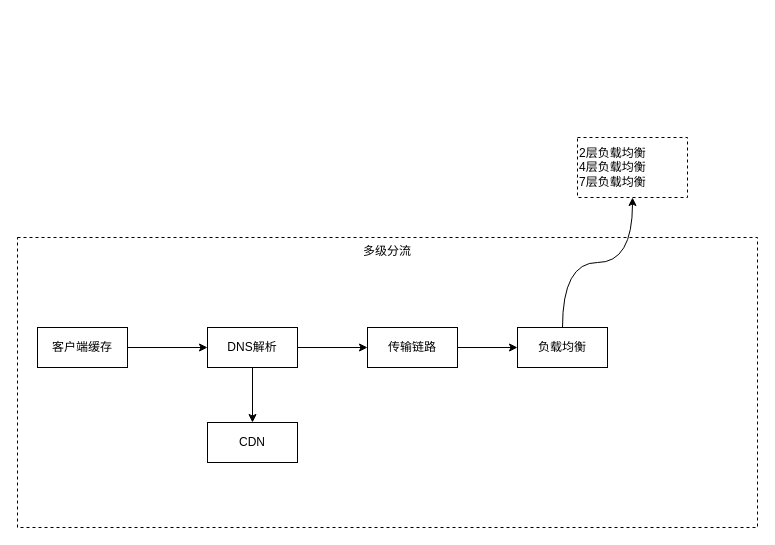
The draw.io diagram page "分布式系统设计" (6 of 6) of 技术栈.drawio in ProgrammerLZ/drawio, before the edit. Source tidied: cells renumbered, new cells numbered last; positions are measured from the earlier drawing's top-left corner, leaving out a move shared by most shapes. Both pictures are drawn from the tidied source at 100%, with x=0, y=0 at pixel (17, 137).
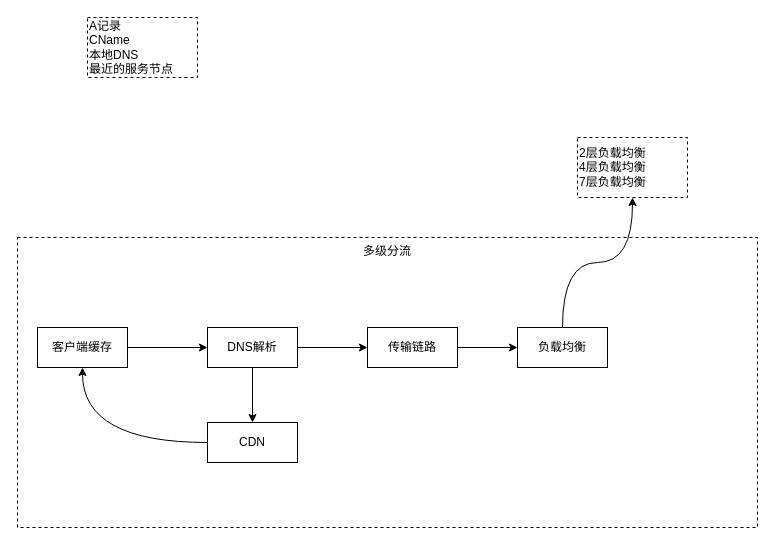
Above is the later version.

Commit message:
更新技术栈.drawio

Diff of the diagram source:
```diff
@@
 <mxGraphModel>
   <root>
     <mxCell id="0" />
     <mxCell id="1" parent="0" />
     <mxCell id="2" value="多级分流" style="rounded=0;whiteSpace=wrap;html=1;fillColor=none;dashed=1;verticalAlign=top;" parent="1" vertex="1">
       <mxGeometry y="100" width="740" height="290" as="geometry" />
     </mxCell>
     <mxCell id="3" style="edgeStyle=orthogonalEdgeStyle;rounded=0;jettySize=auto;html=1;" parent="1" edge="1" source="4" target="7">
       <mxGeometry relative="1" as="geometry" />
     </mxCell>
     <mxCell id="4" value="客户端缓存" style="rounded=0;whiteSpace=wrap;html=1;verticalAlign=middle;" parent="1" vertex="1">
       <mxGeometry x="20" y="190" width="90" height="40" as="geometry" />
     </mxCell>
     <mxCell id="5" style="edgeStyle=orthogonalEdgeStyle;rounded=0;jettySize=auto;html=1;" parent="1" edge="1" source="7" target="9">
       <mxGeometry relative="1" as="geometry" />
     </mxCell>
     <mxCell id="6" style="edgeStyle=orthogonalEdgeStyle;rounded=0;jettySize=auto;html=1;" parent="1" edge="1" source="7" target="10">
       <mxGeometry relative="1" as="geometry" />
     </mxCell>
     <mxCell id="7" value="DNS解析" style="rounded=0;whiteSpace=wrap;html=1;verticalAlign=middle;" parent="1" vertex="1">
       <mxGeometry x="190" y="190" width="90" height="40" as="geometry" />
     </mxCell>
     <mxCell id="8" style="edgeStyle=orthogonalEdgeStyle;rounded=0;jettySize=auto;html=1;" parent="1" edge="1" source="9" target="12">
       <mxGeometry relative="1" as="geometry" />
     </mxCell>
     <mxCell id="9" value="传输链路" style="rounded=0;whiteSpace=wrap;html=1;verticalAlign=middle;" parent="1" vertex="1">
       <mxGeometry x="350" y="190" width="90" height="40" as="geometry" />
     </mxCell>
+    <mxCell id="14" style="edgeStyle=orthogonalEdgeStyle;rounded=0;jettySize=auto;html=1;exitX=0;exitY=0.5;exitDx=0;exitDy=0;entryX=0.5;entryY=1;entryDx=0;entryDy=0;curved=1;" parent="1" edge="1" source="10" target="4">
+      <mxGeometry relative="1" as="geometry" />
+    </mxCell>
     <mxCell id="10" value="CDN" style="rounded=0;whiteSpace=wrap;html=1;verticalAlign=middle;" parent="1" vertex="1">
       <mxGeometry x="190" y="285" width="90" height="40" as="geometry" />
     </mxCell>
     <mxCell id="11" style="edgeStyle=orthogonalEdgeStyle;rounded=0;jettySize=auto;html=1;exitX=0.5;exitY=0;exitDx=0;exitDy=0;entryX=0.5;entryY=1;entryDx=0;entryDy=0;curved=1;" parent="1" edge="1" source="12" target="13">
       <mxGeometry relative="1" as="geometry" />
     </mxCell>
     <mxCell id="12" value="负载均衡" style="rounded=0;whiteSpace=wrap;html=1;verticalAlign=middle;" parent="1" vertex="1">
       <mxGeometry x="500" y="190" width="90" height="40" as="geometry" />
     </mxCell>
     <mxCell id="13" value="2层负载均衡&lt;div&gt;4层负载均衡&lt;/div&gt;&lt;div&gt;7层负载均衡&lt;/div&gt;" style="text;html=1;align=left;verticalAlign=middle;whiteSpace=wrap;rounded=0;dashed=1;strokeColor=default;" parent="1" vertex="1">
       <mxGeometry x="560" width="110" height="60" as="geometry" />
     </mxCell>
+    <mxCell id="15" value="A记录&lt;div&gt;CName&lt;/div&gt;&lt;div&gt;本地DNS&lt;/div&gt;&lt;div&gt;最近的服务节点&lt;/div&gt;" style="text;html=1;align=left;verticalAlign=middle;whiteSpace=wrap;rounded=0;dashed=1;strokeColor=default;" parent="1" vertex="1">
+      <mxGeometry x="70" y="-120" width="110" height="60" as="geometry" />
+    </mxCell>
   </root>
 </mxGraphModel>
```
